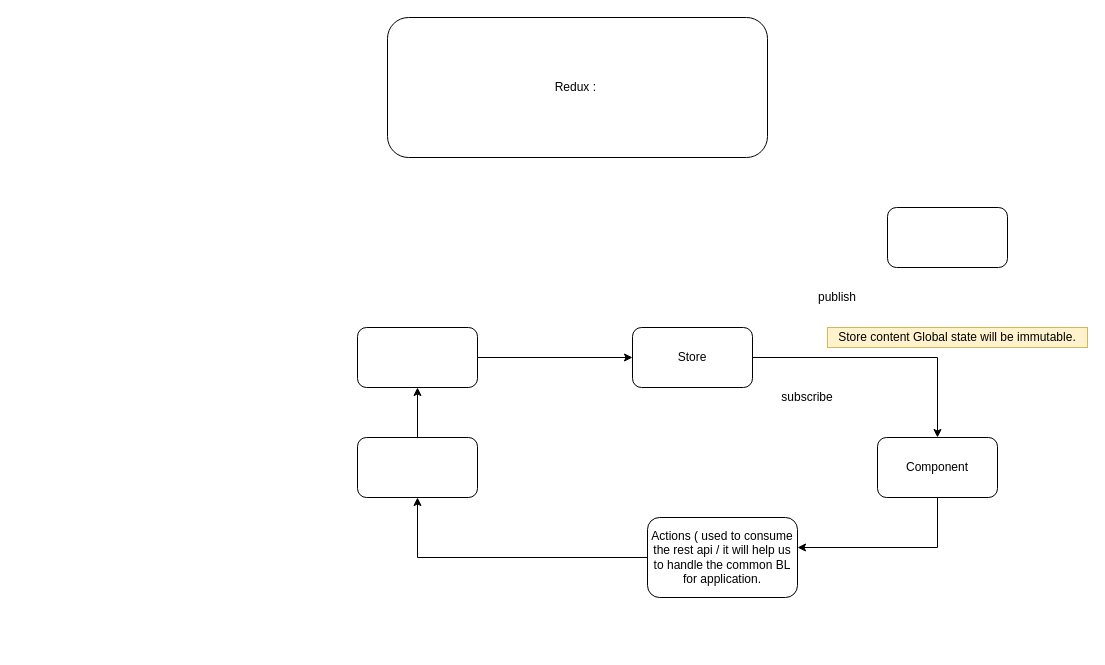
This is page "Redux workflow" (4 of 4) of Untitled Diagram.drawio from abhinandanchivate/dhlReact, a draw.io file, before an edit. Source tidied: cells renumbered, new cells numbered last; positions are measured from the earlier drawing's top-left corner, leaving out a move shared by most shapes. Both pictures are drawn from the tidied source at 100%, with x=0, y=0 at pixel (357, 17).
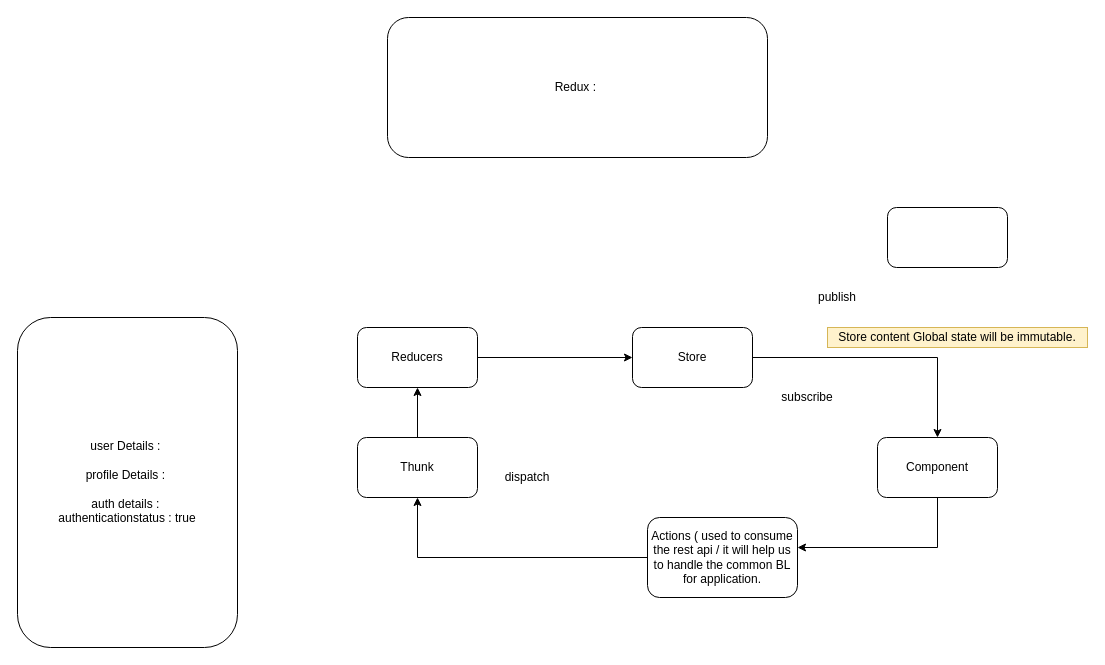
The same page after the edit.

Diff of the diagram source:
```diff
@@
-    <mxCell id="10" style="whiteSpace=wrap;html=1;rounded=1;" parent="1" vertex="1">
+    <mxCell id="10" value="Thunk" style="whiteSpace=wrap;html=1;rounded=1;" parent="1" vertex="1">
       <mxGeometry y="420" width="120" height="60" as="geometry" />
     </mxCell>
@@
-    <mxCell id="12" style="whiteSpace=wrap;html=1;rounded=1;" parent="1" vertex="1">
+    <mxCell id="12" value="Reducers" style="whiteSpace=wrap;html=1;rounded=1;" parent="1" vertex="1">
       <mxGeometry y="310" width="120" height="60" as="geometry" />
     </mxCell>
@@
+    <mxCell id="17" value="dispatch" style="text;html=1;strokeColor=none;fillColor=none;align=center;verticalAlign=middle;whiteSpace=wrap;rounded=0;" parent="1" vertex="1">
+      <mxGeometry x="150" y="450" width="40" height="20" as="geometry" />
+    </mxCell>
+    <mxCell id="18" value="user Details :&amp;nbsp;&lt;br&gt;&lt;br&gt;profile Details :&amp;nbsp;&lt;br&gt;&lt;br&gt;auth details :&amp;nbsp;&lt;br&gt;authenticationstatus : true" style="rounded=1;whiteSpace=wrap;html=1;" parent="1" vertex="1">
+      <mxGeometry x="-340" y="300" width="220" height="330" as="geometry" />
+    </mxCell>
```
